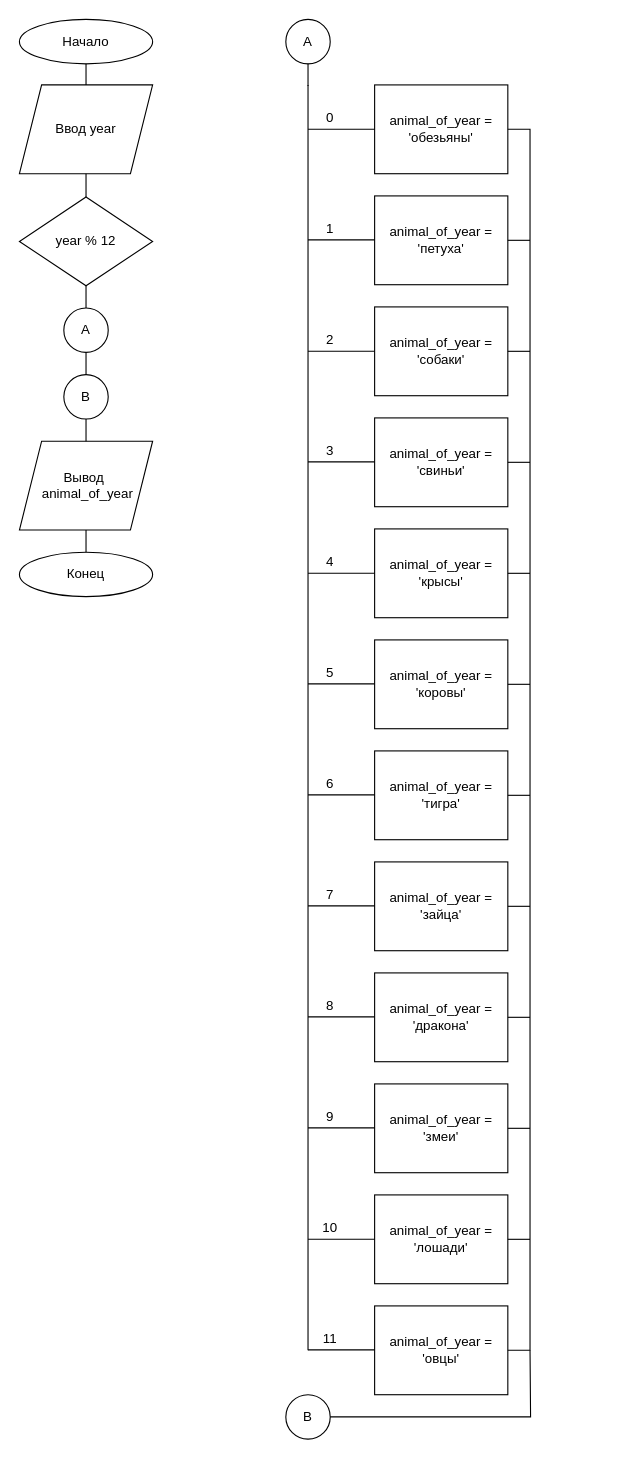
This is block_for_second.drawio from Arisu-py/Python_conditions, a draw.io file, before an edit. Source tidied: cells renumbered, new cells numbered last; positions are measured from the earlier drawing's top-left corner, leaving out a move shared by most shapes. Both pictures are drawn from the tidied source at 111%, with x=0, y=0 at pixel (19, 19).
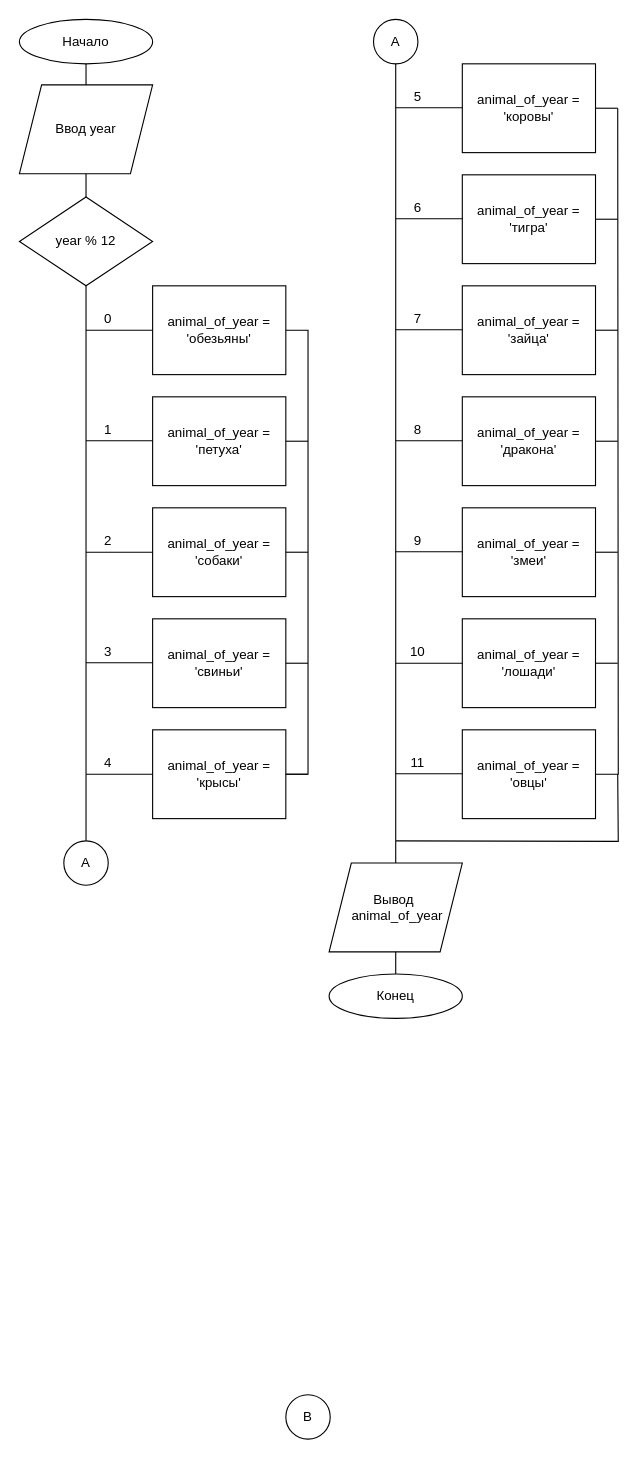
After the change.

Unchanged cells that the change refers to:
```xml
<mxCell id="4" value="year % 12" style="rhombus;whiteSpace=wrap;html=1;shapeInside=1;" parent="1" vertex="1">
  <mxGeometry y="160" width="120" height="80" as="geometry" />
</mxCell>
<mxCell id="59" value="B" style="ellipse;whiteSpace=wrap;html=1;shapeInside=1;" parent="1" vertex="1">
  <mxGeometry x="240" y="1239" width="40" height="40" as="geometry" />
</mxCell>
```

Change to the diagram source:
```diff
@@
-    <mxCell id="5" style="endArrow=none;html=1;rounded=0;entryX=0.5;entryY=1;entryDx=0;entryDy=0;exitX=0;exitY=1;exitDx=0;exitDy=0;" parent="1" edge="1" source="54">
-      <mxGeometry relative="1" as="geometry">
-        <mxPoint x="260" y="59" as="targetPoint" />
-      </mxGeometry>
-    </mxCell>
     <mxCell id="6" value="animal_of_year = 'обезьяны'" style="rounded=0;whiteSpace=wrap;html=1;" parent="1" vertex="1">
-      <mxGeometry x="320" y="59" width="120" height="80" as="geometry" />
+      <mxGeometry x="120" y="240" width="120" height="80" as="geometry" />
     </mxCell>
     <mxCell id="7" value="animal_of_year = 'петуха'" style="rounded=0;whiteSpace=wrap;html=1;" parent="1" vertex="1">
-      <mxGeometry x="320" y="159" width="120" height="80" as="geometry" />
+      <mxGeometry x="120" y="340" width="120" height="80" as="geometry" />
     </mxCell>
     <mxCell id="8" value="animal_of_year = 'собаки'" style="rounded=0;whiteSpace=wrap;html=1;" parent="1" vertex="1">
-      <mxGeometry x="320" y="259" width="120" height="80" as="geometry" />
+      <mxGeometry x="120" y="440" width="120" height="80" as="geometry" />
     </mxCell>
     <mxCell id="9" value="animal_of_year = 'свиньи'" style="rounded=0;whiteSpace=wrap;html=1;" parent="1" vertex="1">
-      <mxGeometry x="320" y="359" width="120" height="80" as="geometry" />
+      <mxGeometry x="120" y="540" width="120" height="80" as="geometry" />
     </mxCell>
     <mxCell id="10" value="animal_of_year = 'крысы'" style="rounded=0;whiteSpace=wrap;html=1;" parent="1" vertex="1">
-      <mxGeometry x="320" y="459" width="120" height="80" as="geometry" />
+      <mxGeometry x="120" y="640" width="120" height="80" as="geometry" />
     </mxCell>
     <mxCell id="11" value="animal_of_year = 'коровы'" style="rounded=0;whiteSpace=wrap;html=1;" parent="1" vertex="1">
-      <mxGeometry x="320" y="559" width="120" height="80" as="geometry" />
+      <mxGeometry x="399" y="40" width="120" height="80" as="geometry" />
     </mxCell>
     <mxCell id="12" value="animal_of_year = 'тигра'" style="rounded=0;whiteSpace=wrap;html=1;" parent="1" vertex="1">
-      <mxGeometry x="320" y="659" width="120" height="80" as="geometry" />
+      <mxGeometry x="399" y="140" width="120" height="80" as="geometry" />
     </mxCell>
     <mxCell id="13" value="animal_of_year = 'зайца'" style="rounded=0;whiteSpace=wrap;html=1;" parent="1" vertex="1">
-      <mxGeometry x="320" y="759" width="120" height="80" as="geometry" />
+      <mxGeometry x="399" y="240" width="120" height="80" as="geometry" />
     </mxCell>
     <mxCell id="14" value="animal_of_year = 'дракона'" style="rounded=0;whiteSpace=wrap;html=1;" parent="1" vertex="1">
-      <mxGeometry x="320" y="859" width="120" height="80" as="geometry" />
+      <mxGeometry x="399" y="340" width="120" height="80" as="geometry" />
     </mxCell>
     <mxCell id="15" value="animal_of_year = 'змеи'" style="rounded=0;whiteSpace=wrap;html=1;" parent="1" vertex="1">
-      <mxGeometry x="320" y="959" width="120" height="80" as="geometry" />
+      <mxGeometry x="399" y="440" width="120" height="80" as="geometry" />
     </mxCell>
     <mxCell id="16" value="animal_of_year = 'лошади'" style="rounded=0;whiteSpace=wrap;html=1;" parent="1" vertex="1">
-      <mxGeometry x="320" y="1059" width="120" height="80" as="geometry" />
+      <mxGeometry x="399" y="540" width="120" height="80" as="geometry" />
     </mxCell>
     <mxCell id="17" value="animal_of_year = 'овцы'" style="rounded=0;whiteSpace=wrap;html=1;" parent="1" vertex="1">
-      <mxGeometry x="320" y="1159" width="120" height="80" as="geometry" />
+      <mxGeometry x="399" y="640" width="120" height="80" as="geometry" />
     </mxCell>
@@
     <mxCell id="20" style="endArrow=none;html=1;rounded=0;exitX=0;exitY=0.5;exitDx=0;exitDy=0;" parent="1" edge="1" source="6">
       <mxGeometry relative="1" as="geometry">
-        <mxPoint x="260" y="99" as="targetPoint" />
+        <mxPoint x="60" y="280" as="targetPoint" />
       </mxGeometry>
     </mxCell>
     <mxCell id="21" style="endArrow=none;html=1;rounded=0;exitX=0;exitY=0.5;exitDx=0;exitDy=0;" parent="1" edge="1">
       <mxGeometry relative="1" as="geometry">
-        <mxPoint x="320" y="198.6" as="sourcePoint" />
-        <mxPoint x="260" y="198.6" as="targetPoint" />
+        <mxPoint x="120" y="379.6" as="sourcePoint" />
+        <mxPoint x="60" y="379.6" as="targetPoint" />
       </mxGeometry>
     </mxCell>
     <mxCell id="22" style="endArrow=none;html=1;rounded=0;exitX=0;exitY=0.5;exitDx=0;exitDy=0;" parent="1" edge="1">
       <mxGeometry relative="1" as="geometry">
-        <mxPoint x="320" y="299" as="sourcePoint" />
-        <mxPoint x="260" y="299" as="targetPoint" />
+        <mxPoint x="120" y="480" as="sourcePoint" />
+        <mxPoint x="60" y="480" as="targetPoint" />
       </mxGeometry>
     </mxCell>
     <mxCell id="23" style="endArrow=none;html=1;rounded=0;exitX=0;exitY=0.5;exitDx=0;exitDy=0;" parent="1" edge="1">
       <mxGeometry relative="1" as="geometry">
-        <mxPoint x="320" y="398.6" as="sourcePoint" />
-        <mxPoint x="260" y="398.6" as="targetPoint" />
+        <mxPoint x="120" y="579.6" as="sourcePoint" />
+        <mxPoint x="60" y="579.6" as="targetPoint" />
       </mxGeometry>
     </mxCell>
     <mxCell id="24" style="endArrow=none;html=1;rounded=0;exitX=0;exitY=0.5;exitDx=0;exitDy=0;" parent="1" edge="1">
       <mxGeometry relative="1" as="geometry">
-        <mxPoint x="320" y="499" as="sourcePoint" />
-        <mxPoint x="260" y="499" as="targetPoint" />
+        <mxPoint x="120" y="680" as="sourcePoint" />
+        <mxPoint x="60" y="680" as="targetPoint" />
       </mxGeometry>
     </mxCell>
     <mxCell id="25" style="endArrow=none;html=1;rounded=0;exitX=0;exitY=0.5;exitDx=0;exitDy=0;" parent="1" edge="1">
       <mxGeometry relative="1" as="geometry">
-        <mxPoint x="320" y="598.6" as="sourcePoint" />
-        <mxPoint x="260" y="598.6" as="targetPoint" />
+        <mxPoint x="399" y="79.6" as="sourcePoint" />
+        <mxPoint x="339" y="79.6" as="targetPoint" />
       </mxGeometry>
     </mxCell>
     <mxCell id="26" style="endArrow=none;html=1;rounded=0;exitX=0;exitY=0.5;exitDx=0;exitDy=0;" parent="1" edge="1">
       <mxGeometry relative="1" as="geometry">
-        <mxPoint x="320" y="698.6" as="sourcePoint" />
-        <mxPoint x="260" y="698.6" as="targetPoint" />
+        <mxPoint x="399" y="179.6" as="sourcePoint" />
+        <mxPoint x="339" y="179.6" as="targetPoint" />
       </mxGeometry>
     </mxCell>
     <mxCell id="27" style="endArrow=none;html=1;rounded=0;exitX=0;exitY=0.5;exitDx=0;exitDy=0;" parent="1" edge="1">
       <mxGeometry relative="1" as="geometry">
-        <mxPoint x="320" y="798.6" as="sourcePoint" />
-        <mxPoint x="260" y="798.6" as="targetPoint" />
+        <mxPoint x="399" y="279.6" as="sourcePoint" />
+        <mxPoint x="339" y="279.6" as="targetPoint" />
       </mxGeometry>
     </mxCell>
     <mxCell id="28" style="endArrow=none;html=1;rounded=0;exitX=0;exitY=0.5;exitDx=0;exitDy=0;" parent="1" edge="1">
       <mxGeometry relative="1" as="geometry">
-        <mxPoint x="320" y="898.6" as="sourcePoint" />
-        <mxPoint x="260" y="898.6" as="targetPoint" />
+        <mxPoint x="399" y="379.6" as="sourcePoint" />
+        <mxPoint x="339" y="379.6" as="targetPoint" />
       </mxGeometry>
     </mxCell>
     <mxCell id="29" style="endArrow=none;html=1;rounded=0;exitX=0;exitY=0.5;exitDx=0;exitDy=0;" parent="1" edge="1">
       <mxGeometry relative="1" as="geometry">
-        <mxPoint x="320" y="998.6" as="sourcePoint" />
-        <mxPoint x="260" y="998.6" as="targetPoint" />
+        <mxPoint x="399" y="479.6" as="sourcePoint" />
+        <mxPoint x="339" y="479.6" as="targetPoint" />
       </mxGeometry>
     </mxCell>
     <mxCell id="30" style="endArrow=none;html=1;rounded=0;exitX=0;exitY=0.5;exitDx=0;exitDy=0;" parent="1" edge="1">
       <mxGeometry relative="1" as="geometry">
-        <mxPoint x="320" y="1099" as="sourcePoint" />
-        <mxPoint x="260" y="1099" as="targetPoint" />
+        <mxPoint x="399" y="580" as="sourcePoint" />
+        <mxPoint x="339" y="580" as="targetPoint" />
       </mxGeometry>
     </mxCell>
     <mxCell id="31" style="endArrow=none;html=1;rounded=0;exitX=0;exitY=0.5;exitDx=0;exitDy=0;" parent="1" edge="1">
       <mxGeometry relative="1" as="geometry">
-        <mxPoint x="320" y="1198.6" as="sourcePoint" />
-        <mxPoint x="260" y="1198.6" as="targetPoint" />
+        <mxPoint x="399" y="679.6" as="sourcePoint" />
+        <mxPoint x="339" y="679.6" as="targetPoint" />
       </mxGeometry>
     </mxCell>
-    <mxCell id="32" style="endArrow=none;html=1;rounded=0;edgeStyle=orthogonalEdgeStyle;entryX=1;entryY=0.5;entryDx=0;entryDy=0;exitX=1;exitY=0.5;exitDx=0;exitDy=0;" parent="1" edge="1" source="17" target="6">
-      <mxGeometry relative="1" as="geometry">
-        <Array as="points">
-          <mxPoint x="460" y="1199" />
-          <mxPoint x="460" y="99" />
-        </Array>
-      </mxGeometry>
-    </mxCell>
     <mxCell id="33" style="endArrow=none;html=1;rounded=0;entryX=1;entryY=0.5;entryDx=0;entryDy=0;" parent="1" edge="1" target="7">
       <mxGeometry relative="1" as="geometry">
-        <mxPoint x="460" y="199" as="sourcePoint" />
+        <mxPoint x="260" y="380" as="sourcePoint" />
       </mxGeometry>
     </mxCell>
     <mxCell id="34" style="endArrow=none;html=1;rounded=0;entryX=1;entryY=0.5;entryDx=0;entryDy=0;" parent="1" edge="1" target="8">
       <mxGeometry relative="1" as="geometry">
-        <mxPoint x="460" y="299" as="sourcePoint" />
+        <mxPoint x="260" y="480" as="sourcePoint" />
       </mxGeometry>
     </mxCell>
     <mxCell id="35" style="endArrow=none;html=1;rounded=0;entryX=1;entryY=0.5;entryDx=0;entryDy=0;" parent="1" edge="1" target="9">
       <mxGeometry relative="1" as="geometry">
-        <mxPoint x="460" y="399" as="sourcePoint" />
+        <mxPoint x="260" y="580" as="sourcePoint" />
       </mxGeometry>
     </mxCell>
     <mxCell id="36" style="endArrow=none;html=1;rounded=0;entryX=1;entryY=0.5;entryDx=0;entryDy=0;" parent="1" edge="1" target="10">
       <mxGeometry relative="1" as="geometry">
-        <mxPoint x="460" y="499" as="sourcePoint" />
+        <mxPoint x="260" y="680" as="sourcePoint" />
       </mxGeometry>
     </mxCell>
     <mxCell id="37" style="endArrow=none;html=1;rounded=0;entryX=1;entryY=0.5;entryDx=0;entryDy=0;" parent="1" edge="1" target="11">
       <mxGeometry relative="1" as="geometry">
-        <mxPoint x="460" y="599" as="sourcePoint" />
+        <mxPoint x="539" y="80" as="sourcePoint" />
       </mxGeometry>
     </mxCell>
     <mxCell id="38" style="endArrow=none;html=1;rounded=0;entryX=1;entryY=0.5;entryDx=0;entryDy=0;" parent="1" edge="1" target="12">
       <mxGeometry relative="1" as="geometry">
-        <mxPoint x="460" y="699" as="sourcePoint" />
+        <mxPoint x="539" y="180" as="sourcePoint" />
       </mxGeometry>
     </mxCell>
     <mxCell id="39" style="endArrow=none;html=1;rounded=0;entryX=1;entryY=0.5;entryDx=0;entryDy=0;" parent="1" edge="1">
       <mxGeometry relative="1" as="geometry">
-        <mxPoint x="460" y="799" as="sourcePoint" />
-        <mxPoint x="440" y="799" as="targetPoint" />
+        <mxPoint x="539" y="280" as="sourcePoint" />
+        <mxPoint x="519" y="280" as="targetPoint" />
       </mxGeometry>
     </mxCell>
     <mxCell id="40" style="endArrow=none;html=1;rounded=0;entryX=1;entryY=0.5;entryDx=0;entryDy=0;" parent="1" edge="1" target="14">
       <mxGeometry relative="1" as="geometry">
-        <mxPoint x="460" y="899" as="sourcePoint" />
+        <mxPoint x="539" y="380" as="sourcePoint" />
       </mxGeometry>
     </mxCell>
     <mxCell id="41" style="endArrow=none;html=1;rounded=0;entryX=1;entryY=0.5;entryDx=0;entryDy=0;" parent="1" edge="1" target="15">
       <mxGeometry relative="1" as="geometry">
-        <mxPoint x="460" y="999" as="sourcePoint" />
+        <mxPoint x="539" y="480" as="sourcePoint" />
       </mxGeometry>
     </mxCell>
     <mxCell id="42" style="endArrow=none;html=1;rounded=0;entryX=1;entryY=0.5;entryDx=0;entryDy=0;" parent="1" edge="1" target="16">
       <mxGeometry relative="1" as="geometry">
-        <mxPoint x="460" y="1099" as="sourcePoint" />
+        <mxPoint x="539" y="580" as="sourcePoint" />
       </mxGeometry>
     </mxCell>
     <mxCell id="43" value="0" style="text;html=1;whiteSpace=wrap;strokeColor=none;fillColor=none;align=center;verticalAlign=middle;rounded=0;" parent="1" vertex="1">
-      <mxGeometry x="260" y="79" width="40" height="20" as="geometry" />
+      <mxGeometry x="60" y="260" width="40" height="20" as="geometry" />
     </mxCell>
     <mxCell id="44" value="1" style="text;html=1;whiteSpace=wrap;strokeColor=none;fillColor=none;align=center;verticalAlign=middle;rounded=0;" parent="1" vertex="1">
-      <mxGeometry x="260" y="179" width="40" height="20" as="geometry" />
+      <mxGeometry x="60" y="360" width="40" height="20" as="geometry" />
     </mxCell>
     <mxCell id="45" value="2" style="text;html=1;whiteSpace=wrap;strokeColor=none;fillColor=none;align=center;verticalAlign=middle;rounded=0;" parent="1" vertex="1">
-      <mxGeometry x="260" y="279" width="40" height="20" as="geometry" />
+      <mxGeometry x="60" y="460" width="40" height="20" as="geometry" />
     </mxCell>
     <mxCell id="46" value="3" style="text;html=1;whiteSpace=wrap;strokeColor=none;fillColor=none;align=center;verticalAlign=middle;rounded=0;" parent="1" vertex="1">
-      <mxGeometry x="260" y="379" width="40" height="20" as="geometry" />
+      <mxGeometry x="60" y="560" width="40" height="20" as="geometry" />
     </mxCell>
     <mxCell id="47" value="4" style="text;html=1;whiteSpace=wrap;strokeColor=none;fillColor=none;align=center;verticalAlign=middle;rounded=0;" parent="1" vertex="1">
-      <mxGeometry x="260" y="479" width="40" height="20" as="geometry" />
+      <mxGeometry x="60" y="660" width="40" height="20" as="geometry" />
     </mxCell>
     <mxCell id="48" value="5" style="text;html=1;whiteSpace=wrap;strokeColor=none;fillColor=none;align=center;verticalAlign=middle;rounded=0;" parent="1" vertex="1">
-      <mxGeometry x="260" y="579" width="40" height="20" as="geometry" />
+      <mxGeometry x="339" y="60" width="40" height="20" as="geometry" />
     </mxCell>
     <mxCell id="49" value="6" style="text;html=1;whiteSpace=wrap;strokeColor=none;fillColor=none;align=center;verticalAlign=middle;rounded=0;" parent="1" vertex="1">
-      <mxGeometry x="260" y="679" width="40" height="20" as="geometry" />
+      <mxGeometry x="339" y="160" width="40" height="20" as="geometry" />
     </mxCell>
     <mxCell id="50" value="7" style="text;html=1;whiteSpace=wrap;strokeColor=none;fillColor=none;align=center;verticalAlign=middle;rounded=0;" parent="1" vertex="1">
-      <mxGeometry x="260" y="779" width="40" height="20" as="geometry" />
+      <mxGeometry x="339" y="260" width="40" height="20" as="geometry" />
     </mxCell>
     <mxCell id="51" value="8" style="text;html=1;whiteSpace=wrap;strokeColor=none;fillColor=none;align=center;verticalAlign=middle;rounded=0;" parent="1" vertex="1">
-      <mxGeometry x="260" y="879" width="40" height="20" as="geometry" />
+      <mxGeometry x="339" y="360" width="40" height="20" as="geometry" />
     </mxCell>
     <mxCell id="52" value="9" style="text;html=1;whiteSpace=wrap;strokeColor=none;fillColor=none;align=center;verticalAlign=middle;rounded=0;" parent="1" vertex="1">
-      <mxGeometry x="260" y="979" width="40" height="20" as="geometry" />
+      <mxGeometry x="339" y="460" width="40" height="20" as="geometry" />
     </mxCell>
     <mxCell id="53" value="10" style="text;html=1;whiteSpace=wrap;strokeColor=none;fillColor=none;align=center;verticalAlign=middle;rounded=0;" parent="1" vertex="1">
-      <mxGeometry x="260" y="1079" width="40" height="20" as="geometry" />
+      <mxGeometry x="339" y="560" width="40" height="20" as="geometry" />
     </mxCell>
     <mxCell id="54" value="11" style="text;html=1;whiteSpace=wrap;strokeColor=none;fillColor=none;align=center;verticalAlign=middle;rounded=0;" parent="1" vertex="1">
-      <mxGeometry x="260" y="1179" width="40" height="20" as="geometry" />
+      <mxGeometry x="339" y="660" width="40" height="20" as="geometry" />
     </mxCell>
-    <mxCell id="55" value="A" style="ellipse;whiteSpace=wrap;html=1;shapeInside=1;" parent="1" vertex="1">
-      <mxGeometry x="40" y="260" width="40" height="40" as="geometry" />
-    </mxCell>
-    <mxCell id="56" style="endArrow=none;html=1;rounded=0;entryX=0.5;entryY=1;entryDx=0;entryDy=0;exitX=0.5;exitY=0;exitDx=0;exitDy=0;" parent="1" edge="1" source="55" target="4">
-      <mxGeometry relative="1" as="geometry" />
-    </mxCell>
     <mxCell id="57" value="A" style="ellipse;whiteSpace=wrap;html=1;shapeInside=1;" parent="1" vertex="1">
-      <mxGeometry x="240" width="40" height="40" as="geometry" />
+      <mxGeometry x="319" width="40" height="40" as="geometry" />
     </mxCell>
-    <mxCell id="58" style="endArrow=none;html=1;rounded=0;entryX=0.5;entryY=1;entryDx=0;entryDy=0;" parent="1" edge="1" target="57">
-      <mxGeometry relative="1" as="geometry">
-        <mxPoint x="260" y="60" as="sourcePoint" />
-      </mxGeometry>
-    </mxCell>
@@
-    <mxCell id="60" style="endArrow=none;html=1;rounded=0;edgeStyle=orthogonalEdgeStyle;exitX=1;exitY=0.5;exitDx=0;exitDy=0;" parent="1" edge="1" source="59">
+    <mxCell id="60" style="endArrow=none;html=1;rounded=0;edgeStyle=orthogonalEdgeStyle;" parent="1" edge="1">
       <mxGeometry relative="1" as="geometry">
-        <mxPoint x="460" y="1199" as="targetPoint" />
+        <mxPoint x="339" y="740" as="sourcePoint" />
+        <mxPoint x="539" y="680" as="targetPoint" />
       </mxGeometry>
     </mxCell>
-    <mxCell id="61" value="B" style="ellipse;whiteSpace=wrap;html=1;shapeInside=1;" parent="1" vertex="1">
-      <mxGeometry x="40" y="320" width="40" height="40" as="geometry" />
-    </mxCell>
     <mxCell id="62" value="Вывод&lt;span style=&quot;background-color: transparent; color: light-dark(rgb(0, 0, 0), rgb(255, 255, 255));&quot;&gt;&amp;nbsp; &amp;nbsp;animal_of&lt;/span&gt;&lt;span style=&quot;background-color: transparent; color: light-dark(rgb(0, 0, 0), rgb(255, 255, 255));&quot;&gt;_year&lt;/span&gt;" style="shape=parallelogram;perimeter=parallelogramPerimeter;whiteSpace=wrap;html=1;shapeInside=1;fixedSize=1;" parent="1" vertex="1">
-      <mxGeometry y="380" width="120" height="80" as="geometry" />
+      <mxGeometry x="279" y="760" width="120" height="80" as="geometry" />
     </mxCell>
     <mxCell id="63" value="Конец" style="ellipse;whiteSpace=wrap;html=1;shapeInside=1;" parent="1" vertex="1">
-      <mxGeometry y="480" width="120" height="40" as="geometry" />
+      <mxGeometry x="279" y="860" width="120" height="40" as="geometry" />
     </mxCell>
-    <mxCell id="64" style="endArrow=none;html=1;rounded=0;entryX=0.5;entryY=1;entryDx=0;entryDy=0;exitX=0.5;exitY=0;exitDx=0;exitDy=0;" parent="1" edge="1" source="61" target="55">
-      <mxGeometry relative="1" as="geometry" />
-    </mxCell>
     <mxCell id="65" style="endArrow=none;html=1;rounded=0;entryX=0.5;entryY=1;entryDx=0;entryDy=0;exitX=0.5;exitY=0;exitDx=0;exitDy=0;" parent="1" edge="1">
       <mxGeometry relative="1" as="geometry">
-        <mxPoint x="60" y="380" as="sourcePoint" />
-        <mxPoint x="60" y="360" as="targetPoint" />
+        <mxPoint x="339" y="760" as="sourcePoint" />
+        <mxPoint x="339" y="740" as="targetPoint" />
       </mxGeometry>
     </mxCell>
@@
+    <mxCell id="67" style="endArrow=none;html=1;rounded=0;entryX=0.5;entryY=1;entryDx=0;entryDy=0;exitX=0;exitY=1;exitDx=0;exitDy=0;" parent="1" edge="1" source="47" target="4">
+      <mxGeometry relative="1" as="geometry" />
+    </mxCell>
+    <mxCell id="68" style="endArrow=none;html=1;rounded=0;edgeStyle=orthogonalEdgeStyle;entryX=1;entryY=0.5;entryDx=0;entryDy=0;exitX=1;exitY=0.5;exitDx=0;exitDy=0;" parent="1" edge="1" source="10" target="6">
+      <mxGeometry relative="1" as="geometry">
+        <Array as="points">
+          <mxPoint x="260" y="680" />
+          <mxPoint x="260" y="280" />
+        </Array>
+      </mxGeometry>
+    </mxCell>
+    <mxCell id="69" style="endArrow=none;html=1;rounded=0;entryX=0;entryY=1;entryDx=0;entryDy=0;" parent="1" edge="1" target="47">
+      <mxGeometry relative="1" as="geometry">
+        <mxPoint x="60" y="740" as="sourcePoint" />
+      </mxGeometry>
+    </mxCell>
+    <mxCell id="55" value="A" style="ellipse;whiteSpace=wrap;html=1;shapeInside=1;" parent="1" vertex="1">
+      <mxGeometry x="40" y="740" width="40" height="40" as="geometry" />
+    </mxCell>
+    <mxCell id="70" style="endArrow=none;html=1;rounded=0;entryX=0.5;entryY=1;entryDx=0;entryDy=0;" parent="1" edge="1" target="57">
+      <mxGeometry relative="1" as="geometry">
+        <mxPoint x="339" y="740" as="sourcePoint" />
+      </mxGeometry>
+    </mxCell>
+    <mxCell id="71" style="endArrow=none;html=1;rounded=0;edgeStyle=orthogonalEdgeStyle;exitX=1;exitY=0.5;exitDx=0;exitDy=0;" parent="1" edge="1" source="17">
+      <mxGeometry relative="1" as="geometry">
+        <mxPoint x="539" y="80" as="targetPoint" />
+      </mxGeometry>
+    </mxCell>
```
